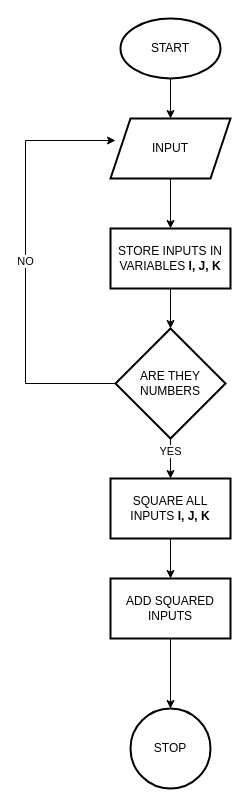
This is Sum of Squares.drawio from devkofi/alx_diagrams, a draw.io file, before an edit. Source tidied: cells renumbered, new cells numbered last; positions are measured from the earlier drawing's top-left corner, leaving out a move shared by most shapes. Both pictures are drawn from the tidied source at 100%, with x=0, y=0 at pixel (25, 18).
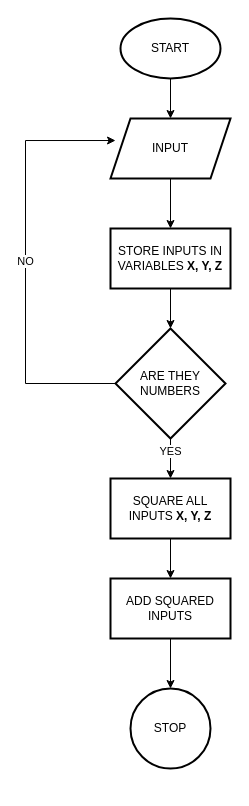
The same page after the edit.

Diff of the diagram source:
```diff
@@
 <mxGraphModel>
   <root>
     <mxCell id="0" />
     <mxCell id="1" parent="0" />
     <mxCell id="2" style="edgeStyle=orthogonalEdgeStyle;rounded=0;jettySize=auto;html=1;" parent="1" edge="1" source="3" target="5">
       <mxGeometry relative="1" as="geometry" />
     </mxCell>
     <mxCell id="3" value="START" style="strokeWidth=2;html=1;shape=mxgraph.flowchart.start_1;whiteSpace=wrap;" parent="1" vertex="1">
       <mxGeometry x="95" width="100" height="60" as="geometry" />
     </mxCell>
     <mxCell id="4" style="edgeStyle=orthogonalEdgeStyle;rounded=0;jettySize=auto;html=1;" parent="1" edge="1" source="5" target="7">
       <mxGeometry relative="1" as="geometry" />
     </mxCell>
     <mxCell id="5" value="INPUT" style="shape=parallelogram;perimeter=parallelogramPerimeter;whiteSpace=wrap;html=1;fixedSize=1;strokeWidth=2;" parent="1" vertex="1">
       <mxGeometry x="85" y="100" width="120" height="60" as="geometry" />
     </mxCell>
     <mxCell id="6" style="edgeStyle=orthogonalEdgeStyle;rounded=0;jettySize=auto;html=1;" parent="1" edge="1" source="7" target="11">
       <mxGeometry relative="1" as="geometry" />
     </mxCell>
-    <mxCell id="7" value="STORE INPUTS IN VARIABLES &lt;b&gt;I, J, K&lt;/b&gt;" style="whiteSpace=wrap;html=1;strokeWidth=2;" parent="1" vertex="1">
+    <mxCell id="7" value="STORE INPUTS IN VARIABLES &lt;b&gt;X, Y, Z&lt;/b&gt;" style="whiteSpace=wrap;html=1;strokeWidth=2;" parent="1" vertex="1">
       <mxGeometry x="85" y="210" width="120" height="60" as="geometry" />
     </mxCell>
     <mxCell id="8" value="NO" style="edgeStyle=elbowEdgeStyle;rounded=0;jettySize=auto;html=1;exitX=0;exitY=0.5;exitDx=0;exitDy=0;entryX=0.042;entryY=0.367;entryDx=0;entryDy=0;entryPerimeter=0;elbow=vertical;" parent="1" edge="1" source="11" target="5">
       <mxGeometry relative="1" as="geometry">
         <Array as="points">
           <mxPoint y="240" />
         </Array>
       </mxGeometry>
     </mxCell>
     <mxCell id="9" style="edgeStyle=orthogonalEdgeStyle;rounded=0;jettySize=auto;html=1;" parent="1" edge="1" source="11" target="13">
       <mxGeometry relative="1" as="geometry" />
     </mxCell>
     <mxCell id="10" value="YES" style="edgeLabel;html=1;align=center;verticalAlign=middle;" parent="9" vertex="1">
       <mxGeometry x="-0.4" y="3" relative="1" as="geometry">
         <mxPoint x="-4" as="offset" />
       </mxGeometry>
     </mxCell>
     <mxCell id="11" value="ARE THEY NUMBERS" style="rhombus;whiteSpace=wrap;html=1;strokeWidth=2;" parent="1" vertex="1">
       <mxGeometry x="90" y="310" width="110" height="110" as="geometry" />
     </mxCell>
     <mxCell id="12" style="edgeStyle=orthogonalEdgeStyle;rounded=0;jettySize=auto;html=1;" parent="1" edge="1" source="13" target="15">
       <mxGeometry relative="1" as="geometry" />
     </mxCell>
-    <mxCell id="13" value="SQUARE ALL INPUTS &lt;b&gt;I, J, K&lt;/b&gt;" style="whiteSpace=wrap;html=1;strokeWidth=2;" parent="1" vertex="1">
+    <mxCell id="13" value="SQUARE ALL INPUTS &lt;b&gt;X, Y, Z&lt;/b&gt;" style="whiteSpace=wrap;html=1;strokeWidth=2;" parent="1" vertex="1">
       <mxGeometry x="85" y="460" width="120" height="60" as="geometry" />
     </mxCell>
     <mxCell id="14" style="edgeStyle=orthogonalEdgeStyle;rounded=0;jettySize=auto;html=1;" parent="1" edge="1" source="15" target="16">
       <mxGeometry relative="1" as="geometry" />
     </mxCell>
     <mxCell id="15" value="ADD SQUARED INPUTS" style="whiteSpace=wrap;html=1;strokeWidth=2;" parent="1" vertex="1">
       <mxGeometry x="85" y="560" width="120" height="60" as="geometry" />
     </mxCell>
     <mxCell id="16" value="STOP" style="ellipse;whiteSpace=wrap;html=1;strokeWidth=2;" parent="1" vertex="1">
-      <mxGeometry x="105" y="690" width="80" height="80" as="geometry" />
+      <mxGeometry x="105" y="670" width="80" height="80" as="geometry" />
     </mxCell>
   </root>
 </mxGraphModel>
```
